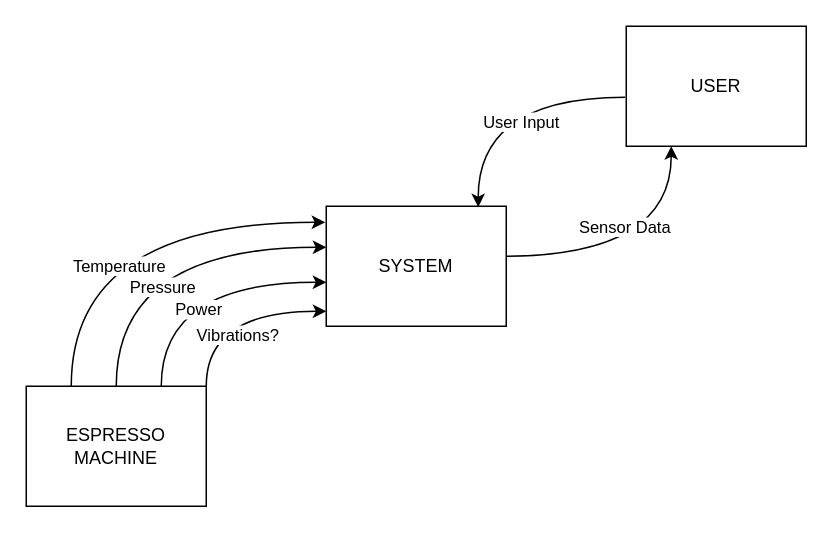
The draw.io diagram diagrams/Context_Diagramv2.drawio in martintara/kaffeknekt, before the edit. Source tidied: cells renumbered, new cells numbered last; positions are measured from the earlier drawing's top-left corner, leaving out a move shared by most shapes. Both pictures are drawn from the tidied source at 150%, with x=0, y=0 at pixel (26, 26).
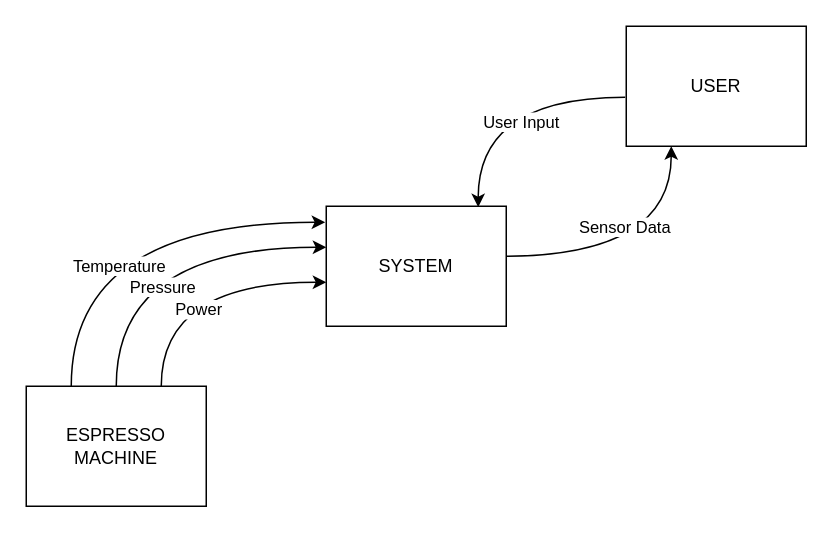
Above is the later version.

What changed in the source:
```diff
@@
 <mxGraphModel>
   <root>
     <mxCell id="0" />
     <mxCell id="1" parent="0" />
     <mxCell id="2" style="edgeStyle=orthogonalEdgeStyle;rounded=0;jettySize=auto;html=1;exitX=-0.006;exitY=0.592;exitDx=0;exitDy=0;entryX=0.844;entryY=0.008;entryDx=0;entryDy=0;curved=1;exitPerimeter=0;entryPerimeter=0;" parent="1" edge="1" source="16" target="6">
       <mxGeometry relative="1" as="geometry" />
     </mxCell>
     <mxCell id="3" value="User Input" style="edgeLabel;html=1;align=center;verticalAlign=middle;" parent="2" vertex="1">
       <mxGeometry x="0.13" y="-17" relative="1" as="geometry">
         <mxPoint x="27" y="33" as="offset" />
       </mxGeometry>
     </mxCell>
     <mxCell id="4" style="edgeStyle=orthogonalEdgeStyle;rounded=0;jettySize=auto;html=1;exitX=0.983;exitY=0.417;exitDx=0;exitDy=0;entryX=0.25;entryY=1;entryDx=0;entryDy=0;curved=1;exitPerimeter=0;" parent="1" edge="1" source="6" target="16">
       <mxGeometry relative="1" as="geometry" />
     </mxCell>
     <mxCell id="5" value="Sensor Data" style="edgeLabel;html=1;align=center;verticalAlign=middle;" parent="4" vertex="1">
       <mxGeometry x="-0.13" y="20" relative="1" as="geometry" />
     </mxCell>
     <mxCell id="6" value="SYSTEM" style="rounded=0;whiteSpace=wrap;html=1;" parent="1" vertex="1">
       <mxGeometry x="200" y="120" width="120" height="80" as="geometry" />
     </mxCell>
     <mxCell id="7" style="edgeStyle=orthogonalEdgeStyle;rounded=0;jettySize=auto;html=1;exitX=0.25;exitY=0;exitDx=0;exitDy=0;entryX=-0.006;entryY=0.133;entryDx=0;entryDy=0;curved=1;entryPerimeter=0;" parent="1" edge="1" source="15" target="6">
       <mxGeometry relative="1" as="geometry" />
     </mxCell>
     <mxCell id="8" value="Temperature" style="edgeLabel;html=1;align=center;verticalAlign=middle;" parent="7" vertex="1">
       <mxGeometry x="0.01" y="-29" relative="1" as="geometry" />
     </mxCell>
     <mxCell id="9" style="edgeStyle=orthogonalEdgeStyle;rounded=0;jettySize=auto;html=1;exitX=0.5;exitY=0;exitDx=0;exitDy=0;entryX=0;entryY=0.342;entryDx=0;entryDy=0;curved=1;entryPerimeter=0;" parent="1" edge="1" source="15" target="6">
       <mxGeometry relative="1" as="geometry" />
     </mxCell>
     <mxCell id="10" value="Pressure" style="edgeLabel;html=1;align=center;verticalAlign=middle;" parent="9" vertex="1">
       <mxGeometry x="0.11" y="-22" relative="1" as="geometry">
         <mxPoint x="-6" y="4" as="offset" />
       </mxGeometry>
     </mxCell>
     <mxCell id="11" style="edgeStyle=orthogonalEdgeStyle;rounded=0;jettySize=auto;html=1;exitX=0.75;exitY=0;exitDx=0;exitDy=0;entryX=0;entryY=0.633;entryDx=0;entryDy=0;curved=1;entryPerimeter=0;" parent="1" edge="1" source="15" target="6">
       <mxGeometry relative="1" as="geometry" />
     </mxCell>
     <mxCell id="12" value="Power" style="edgeLabel;html=1;align=center;verticalAlign=middle;" parent="11" vertex="1">
       <mxGeometry y="-18" relative="1" as="geometry">
         <mxPoint x="4" as="offset" />
       </mxGeometry>
     </mxCell>
-    <mxCell id="13" style="edgeStyle=orthogonalEdgeStyle;rounded=0;jettySize=auto;html=1;exitX=1;exitY=0;exitDx=0;exitDy=0;curved=1;entryX=0;entryY=0.875;entryDx=0;entryDy=0;entryPerimeter=0;" parent="1" edge="1" source="15" target="6">
-      <mxGeometry relative="1" as="geometry" />
-    </mxCell>
-    <mxCell id="14" value="Vibrations?" style="edgeLabel;html=1;align=center;verticalAlign=middle;" parent="13" vertex="1">
-      <mxGeometry x="-0.55" y="-9" relative="1" as="geometry">
-        <mxPoint x="11" y="-6" as="offset" />
-      </mxGeometry>
-    </mxCell>
     <mxCell id="15" value="ESPRESSO MACHINE" style="rounded=0;whiteSpace=wrap;html=1;" parent="1" vertex="1">
       <mxGeometry y="240" width="120" height="80" as="geometry" />
     </mxCell>
     <mxCell id="16" value="USER" style="rounded=0;whiteSpace=wrap;html=1;" parent="1" vertex="1">
       <mxGeometry x="400" width="120" height="80" as="geometry" />
     </mxCell>
   </root>
 </mxGraphModel>
```
